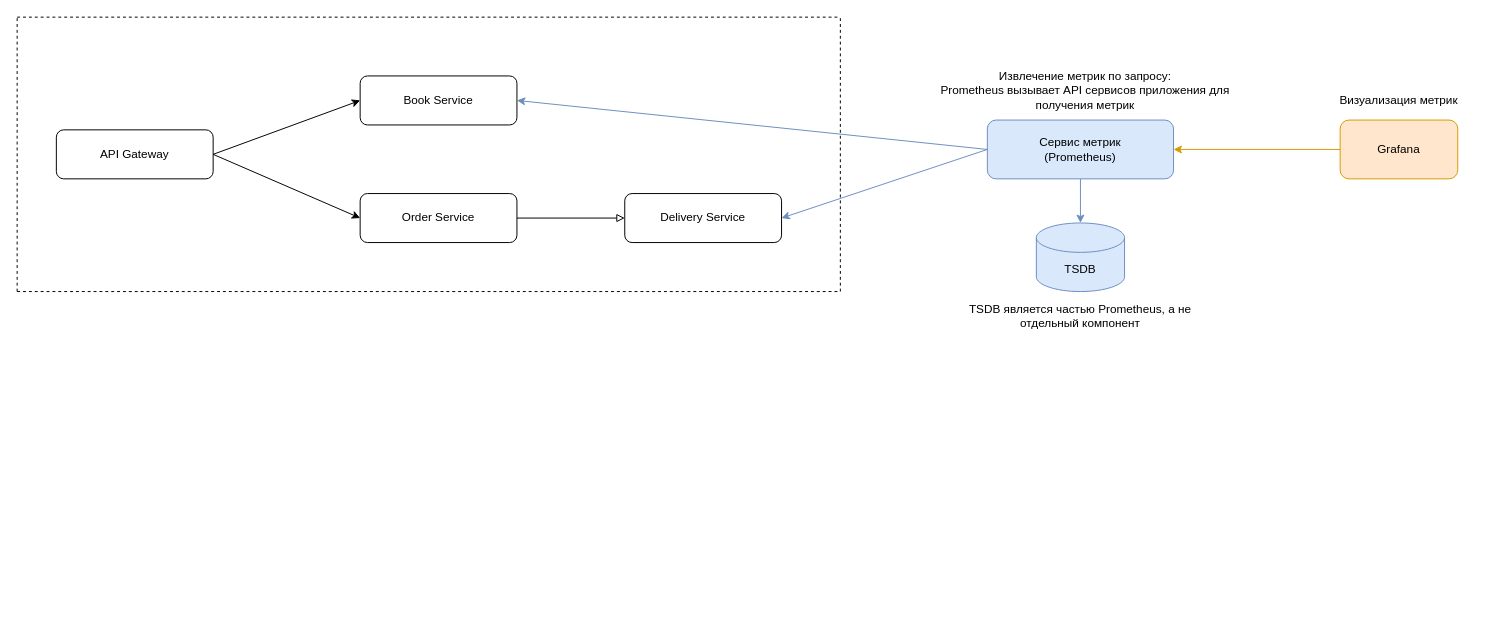
Before: architecture/online-shop-demo.drawio in ysavchen/online-shop-demo, a draw.io diagram. Source tidied: cells renumbered, new cells numbered last; positions are measured from the earlier drawing's top-left corner, leaving out a move shared by most shapes. Both pictures are drawn from the tidied source at 98%, with x=0, y=0 at pixel (17, 17).
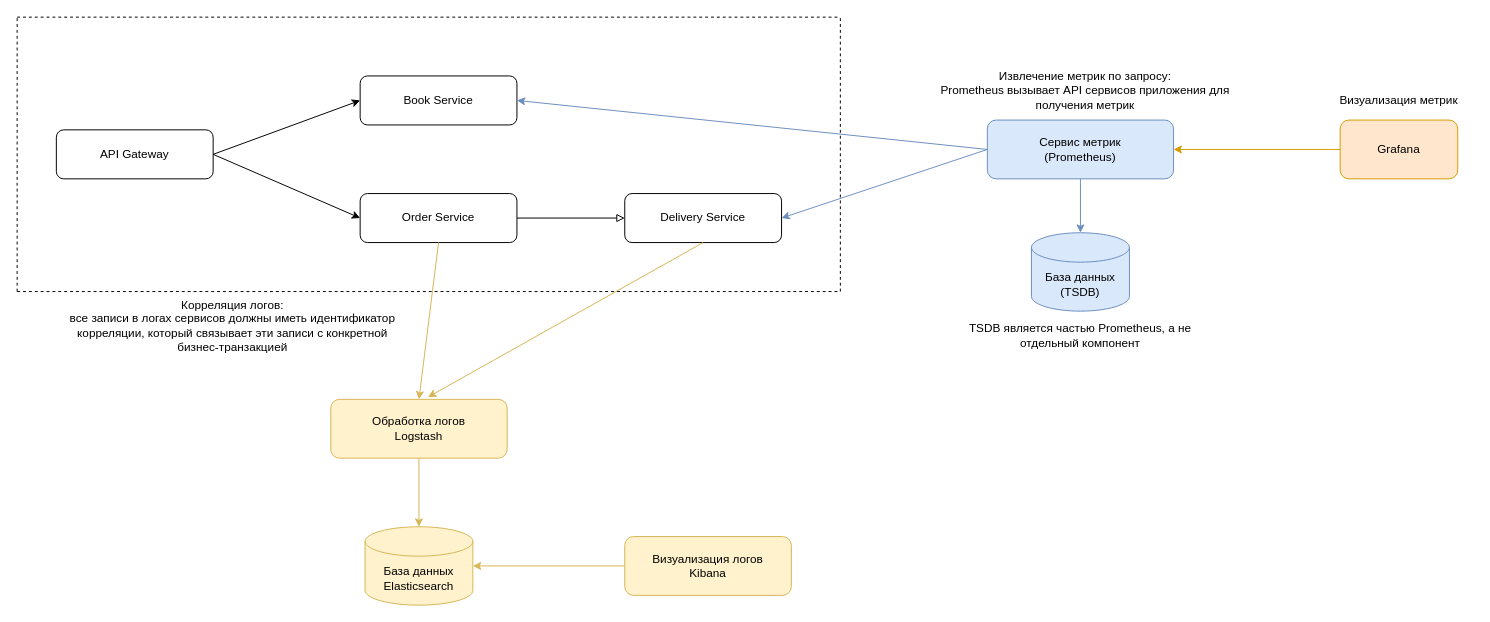
The same diagram, later.

Commit message:
Add ELK to schema

Unchanged cells that the change refers to:
```xml
<mxCell id="4" value="Order Service" style="rounded=1;whiteSpace=wrap;html=1;fontSize=12;glass=0;strokeWidth=1;shadow=0;" parent="1" vertex="1">
  <mxGeometry x="350" y="180" width="160" height="50" as="geometry" />
</mxCell>
<mxCell id="5" value="Delivery Service" style="rounded=1;whiteSpace=wrap;html=1;fontSize=12;glass=0;strokeWidth=1;shadow=0;" parent="1" vertex="1">
  <mxGeometry x="620" y="180" width="160" height="50" as="geometry" />
</mxCell>
```

Change to the diagram source:
```diff
@@
-    <mxCell id="18" value="TSDB" style="shape=cylinder3;whiteSpace=wrap;html=1;boundedLbl=1;backgroundOutline=1;size=15;fillColor=#dae8fc;strokeColor=#6c8ebf;" parent="1" vertex="1">
-      <mxGeometry x="1040" y="210" width="90" height="70" as="geometry" />
+    <mxCell id="18" value="База данных&lt;br&gt;(TSDB)" style="shape=cylinder3;whiteSpace=wrap;html=1;boundedLbl=1;backgroundOutline=1;size=15;fillColor=#dae8fc;strokeColor=#6c8ebf;" parent="1" vertex="1">
+      <mxGeometry x="1035" y="220" width="100" height="80" as="geometry" />
     </mxCell>
     <mxCell id="19" value="TSDB является частью Prometheus, а не отдельный компонент" style="text;html=1;align=center;verticalAlign=middle;whiteSpace=wrap;rounded=0;" parent="1" vertex="1">
-      <mxGeometry x="965" y="290" width="240" height="30" as="geometry" />
+      <mxGeometry x="965" y="310" width="240" height="30" as="geometry" />
     </mxCell>
@@
+    <mxCell id="23" style="edgeStyle=orthogonalEdgeStyle;rounded=0;jettySize=auto;html=1;fillColor=#fff2cc;strokeColor=#d6b656;" parent="1" edge="1" source="24" target="25">
+      <mxGeometry relative="1" as="geometry" />
+    </mxCell>
+    <mxCell id="24" value="Обработка логов&lt;br&gt;Logstash" style="rounded=1;whiteSpace=wrap;html=1;fillColor=#fff2cc;strokeColor=#d6b656;" parent="1" vertex="1">
+      <mxGeometry x="320" y="390" width="180" height="60" as="geometry" />
+    </mxCell>
+    <mxCell id="25" value="База данных&lt;br&gt;Elasticsearch" style="shape=cylinder3;whiteSpace=wrap;html=1;boundedLbl=1;backgroundOutline=1;size=15;fillColor=#fff2cc;strokeColor=#d6b656;" parent="1" vertex="1">
+      <mxGeometry x="355" y="520" width="110" height="80" as="geometry" />
+    </mxCell>
+    <mxCell id="26" style="endArrow=classic;html=1;rounded=0;exitX=0.5;exitY=1;exitDx=0;exitDy=0;entryX=0.5;entryY=0;entryDx=0;entryDy=0;fillColor=#fff2cc;strokeColor=#d6b656;" parent="1" edge="1" source="4" target="24">
+      <mxGeometry relative="1" as="geometry" />
+    </mxCell>
+    <mxCell id="27" style="endArrow=classic;html=1;rounded=0;exitX=0.5;exitY=1;exitDx=0;exitDy=0;entryX=0.551;entryY=-0.037;entryDx=0;entryDy=0;entryPerimeter=0;fillColor=#fff2cc;strokeColor=#d6b656;" parent="1" edge="1" source="5" target="24">
+      <mxGeometry relative="1" as="geometry" />
+    </mxCell>
+    <mxCell id="28" style="edgeStyle=orthogonalEdgeStyle;rounded=0;jettySize=auto;html=1;fillColor=#fff2cc;strokeColor=#d6b656;" parent="1" edge="1" source="29" target="25">
+      <mxGeometry relative="1" as="geometry" />
+    </mxCell>
+    <mxCell id="29" value="Визуализация логов&lt;br&gt;Kibana" style="rounded=1;whiteSpace=wrap;html=1;fillColor=#fff2cc;fillStyle=auto;strokeColor=#d6b656;" parent="1" vertex="1">
+      <mxGeometry x="620" y="530" width="170" height="60" as="geometry" />
+    </mxCell>
+    <mxCell id="30" value="Корреляция логов:&lt;br&gt;все записи в логах сервисов должны иметь идентификатор корреляции, который связывает эти записи с конкретной бизнес-транзакцией" style="text;html=1;align=center;verticalAlign=middle;whiteSpace=wrap;rounded=0;" parent="1" vertex="1">
+      <mxGeometry x="40" y="300" width="360" height="30" as="geometry" />
+    </mxCell>
```
